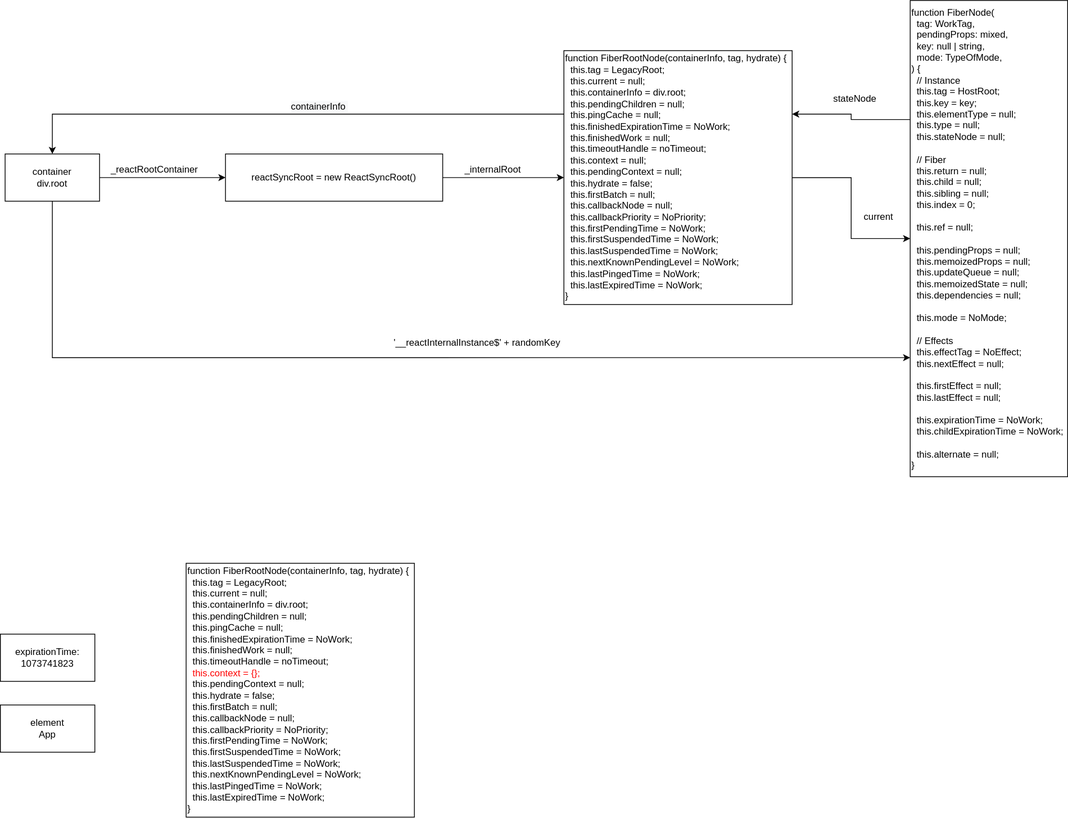
Before: react16.10/图片/state.svg, a diagram exported from draw.io (gwtjs/read-code). Source tidied: cells renumbered, new cells last; positions are measured from the earlier drawing's top-left corner, leaving out a move shared by most shapes.
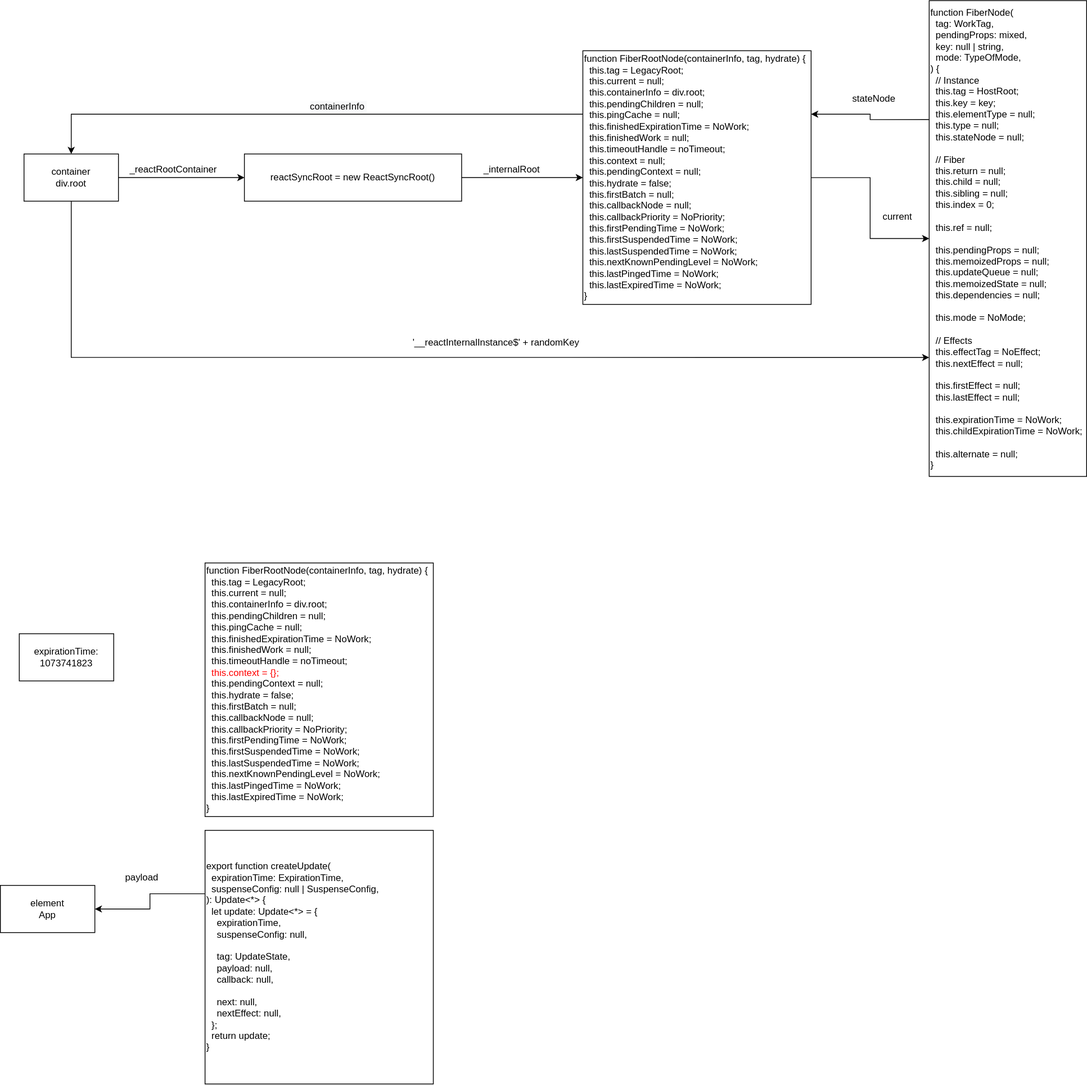
Above is the later version.

Diff of the diagram source:
```diff
@@ -59,7 +59,7 @@
       <mxGeometry x="476" y="425" width="260" height="20" as="geometry" />
     </mxCell>
     <mxCell id="18" value="element&lt;br&gt;App" style="rounded=0;whiteSpace=wrap;html=1;" parent="1" vertex="1">
-      <mxGeometry y="895" width="120" height="60" as="geometry" />
+      <mxGeometry x="-24" y="1125" width="120" height="60" as="geometry" />
     </mxCell>
     <mxCell id="19" value="expirationTime:&lt;br&gt;1073741823" style="rounded=0;whiteSpace=wrap;html=1;" parent="1" vertex="1">
       <mxGeometry y="805" width="120" height="60" as="geometry" />
@@ -67,5 +67,14 @@
     <mxCell id="20" value="&lt;div&gt;function FiberRootNode(containerInfo, tag, hydrate) {&lt;/div&gt;&lt;div&gt;&amp;nbsp; this.tag = LegacyRoot;&lt;/div&gt;&lt;div&gt;&amp;nbsp; this.current = null;&lt;/div&gt;&lt;div&gt;&amp;nbsp; this.containerInfo = div.root;&lt;/div&gt;&lt;div&gt;&amp;nbsp; this.pendingChildren = null;&lt;/div&gt;&lt;div&gt;&amp;nbsp; this.pingCache = null;&lt;/div&gt;&lt;div&gt;&amp;nbsp; this.finishedExpirationTime = NoWork;&lt;/div&gt;&lt;div&gt;&amp;nbsp; this.finishedWork = null;&lt;/div&gt;&lt;div&gt;&amp;nbsp; this.timeoutHandle = noTimeout;&lt;/div&gt;&lt;div&gt;&amp;nbsp; &lt;font color=&quot;#ff0000&quot;&gt;this.context = {};&lt;/font&gt;&lt;/div&gt;&lt;div&gt;&amp;nbsp; this.pendingContext = null;&lt;/div&gt;&lt;div&gt;&amp;nbsp; this.hydrate = false;&lt;/div&gt;&lt;div&gt;&amp;nbsp; this.firstBatch = null;&lt;/div&gt;&lt;div&gt;&amp;nbsp; this.callbackNode = null;&lt;/div&gt;&lt;div&gt;&amp;nbsp; this.callbackPriority = NoPriority;&lt;/div&gt;&lt;div&gt;&amp;nbsp; this.firstPendingTime = NoWork;&lt;/div&gt;&lt;div&gt;&amp;nbsp; this.firstSuspendedTime = NoWork;&lt;/div&gt;&lt;div&gt;&amp;nbsp; this.lastSuspendedTime = NoWork;&lt;/div&gt;&lt;div&gt;&amp;nbsp; this.nextKnownPendingLevel = NoWork;&lt;/div&gt;&lt;div&gt;&amp;nbsp; this.lastPingedTime = NoWork;&lt;/div&gt;&lt;div&gt;&amp;nbsp; this.lastExpiredTime = NoWork;&lt;/div&gt;&lt;div&gt;}&lt;/div&gt;" style="rounded=0;whiteSpace=wrap;html=1;align=left;" parent="1" vertex="1">
       <mxGeometry x="236" y="715" width="290" height="322.5" as="geometry" />
     </mxCell>
+    <mxCell id="21" style="edgeStyle=orthogonalEdgeStyle;rounded=0;jettySize=auto;html=1;exitX=0;exitY=0.25;exitDx=0;exitDy=0;entryX=1;entryY=0.5;entryDx=0;entryDy=0;" parent="1" edge="1" source="22" target="18">
+      <mxGeometry relative="1" as="geometry" />
+    </mxCell>
+    <mxCell id="22" value="&lt;div&gt;export function createUpdate(&lt;/div&gt;&lt;div&gt;&amp;nbsp; expirationTime: ExpirationTime,&lt;/div&gt;&lt;div&gt;&amp;nbsp; suspenseConfig: null | SuspenseConfig,&lt;/div&gt;&lt;div&gt;): Update&amp;lt;*&amp;gt; {&lt;/div&gt;&lt;div&gt;&amp;nbsp; let update: Update&amp;lt;*&amp;gt; = {&lt;/div&gt;&lt;div&gt;&amp;nbsp; &amp;nbsp; expirationTime,&lt;/div&gt;&lt;div&gt;&amp;nbsp; &amp;nbsp; suspenseConfig: null,&lt;/div&gt;&lt;div&gt;&lt;br&gt;&lt;/div&gt;&lt;div&gt;&amp;nbsp; &amp;nbsp; tag: UpdateState,&lt;/div&gt;&lt;div&gt;&amp;nbsp; &amp;nbsp; payload: null,&lt;/div&gt;&lt;div&gt;&amp;nbsp; &amp;nbsp; callback: null,&lt;/div&gt;&lt;div&gt;&lt;br&gt;&lt;/div&gt;&lt;div&gt;&amp;nbsp; &amp;nbsp; next: null,&lt;/div&gt;&lt;div&gt;&amp;nbsp; &amp;nbsp; nextEffect: null,&lt;/div&gt;&lt;div&gt;&amp;nbsp; };&lt;/div&gt;&lt;div&gt;&amp;nbsp; return update;&lt;/div&gt;&lt;div&gt;}&lt;/div&gt;" style="rounded=0;whiteSpace=wrap;html=1;align=left;" parent="1" vertex="1">
+      <mxGeometry x="236" y="1055" width="290" height="322.5" as="geometry" />
+    </mxCell>
+    <mxCell id="23" value="payload" style="text;html=1;strokeColor=none;fillColor=none;align=center;verticalAlign=middle;whiteSpace=wrap;rounded=0;" parent="1" vertex="1">
+      <mxGeometry x="136" y="1105" width="40" height="20" as="geometry" />
+    </mxCell>
   </root>
 </mxGraphModel>
```
